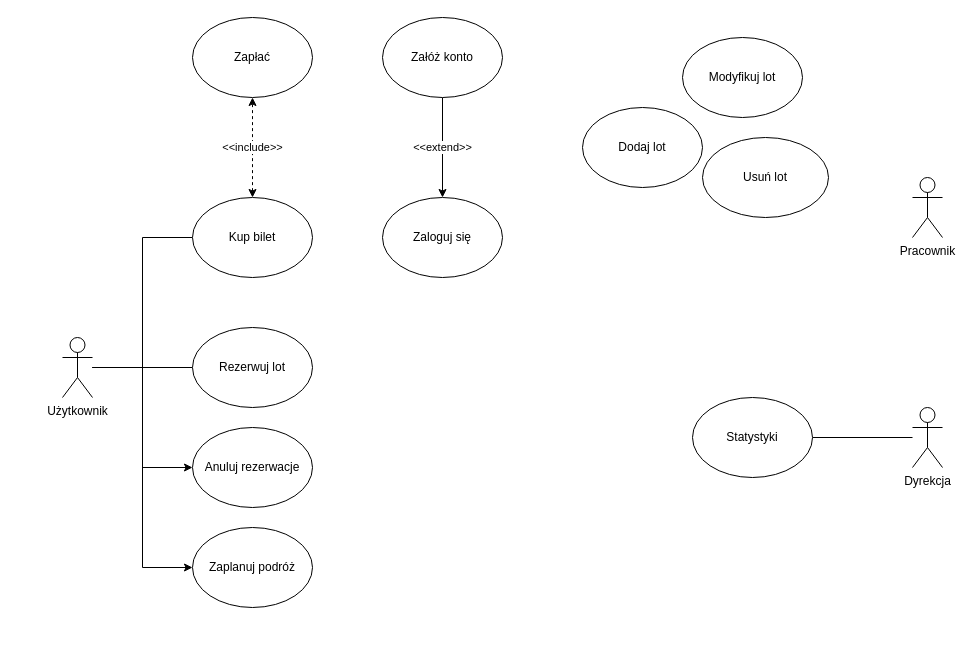
Earlier version of the draw.io diagram diagram_uzycia.drawio (MichjuX/UML_Diagrams). Source tidied: cells renumbered, new cells numbered last; positions are measured from the earlier drawing's top-left corner, leaving out a move shared by most shapes. Both pictures are drawn from the tidied source at 100%, with x=0, y=0 at pixel (62, 17).
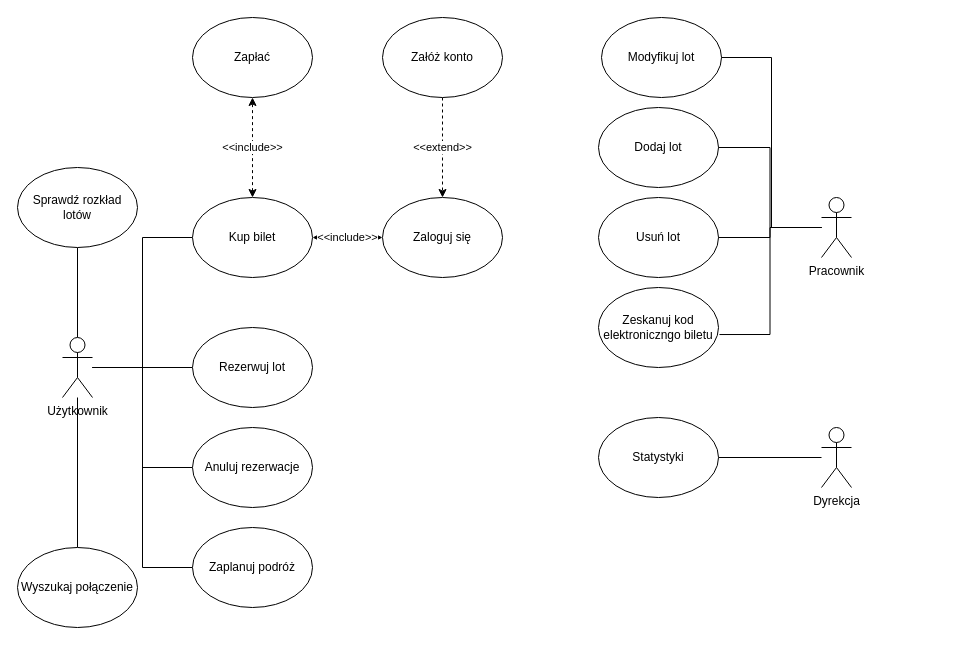
Above is the later version.

The change refers to these unchanged cells:
```xml
<mxCell id="8" value="Użytkownik" style="shape=umlActor;verticalLabelPosition=bottom;verticalAlign=top;html=1;outlineConnect=0;" parent="1" vertex="1">
  <mxGeometry y="320" width="30" height="60" as="geometry" />
</mxCell>
<mxCell id="16" value="Anuluj rezerwacje" style="ellipse;whiteSpace=wrap;html=1;" parent="1" vertex="1">
  <mxGeometry x="130" y="410" width="120" height="80" as="geometry" />
</mxCell>
<mxCell id="18" value="Kup bilet" style="ellipse;whiteSpace=wrap;html=1;" parent="1" vertex="1">
  <mxGeometry x="130" y="180" width="120" height="80" as="geometry" />
</mxCell>
<mxCell id="20" value="Zaplanuj podróż" style="ellipse;whiteSpace=wrap;html=1;" parent="1" vertex="1">
  <mxGeometry x="130" y="510" width="120" height="80" as="geometry" />
</mxCell>
<mxCell id="21" value="Zaloguj się" style="ellipse;whiteSpace=wrap;html=1;direction=west;" parent="1" vertex="1">
  <mxGeometry x="320" y="180" width="120" height="80" as="geometry" />
</mxCell>
<mxCell id="23" value="Załóż konto" style="ellipse;whiteSpace=wrap;html=1;" parent="1" vertex="1">
  <mxGeometry x="320" width="120" height="80" as="geometry" />
</mxCell>
```

The edit, as a diff of the source:
```diff
@@
     <mxCell id="2" value="Dodaj lot" style="ellipse;whiteSpace=wrap;html=1;" parent="1" vertex="1">
-      <mxGeometry x="520" y="90" width="120" height="80" as="geometry" />
+      <mxGeometry x="536" y="90" width="120" height="80" as="geometry" />
     </mxCell>
@@
-    <mxCell id="6" style="edgeStyle=orthogonalEdgeStyle;rounded=0;jettySize=auto;html=1;entryX=0;entryY=0.5;entryDx=0;entryDy=0;" parent="1" edge="1" source="8" target="16">
+    <mxCell id="6" style="edgeStyle=orthogonalEdgeStyle;rounded=0;jettySize=auto;html=1;entryX=0;entryY=0.5;entryDx=0;entryDy=0;endArrow=none;endFill=0;" parent="1" edge="1" source="8" target="16">
       <mxGeometry relative="1" as="geometry" />
     </mxCell>
-    <mxCell id="7" style="edgeStyle=orthogonalEdgeStyle;rounded=0;jettySize=auto;html=1;entryX=0;entryY=0.5;entryDx=0;entryDy=0;" parent="1" edge="1" source="8" target="20">
+    <mxCell id="7" style="edgeStyle=orthogonalEdgeStyle;rounded=0;jettySize=auto;html=1;entryX=0;entryY=0.5;entryDx=0;entryDy=0;endArrow=none;endFill=0;" parent="1" edge="1" source="8" target="20">
       <mxGeometry relative="1" as="geometry" />
     </mxCell>
+    <mxCell id="24" style="edgeStyle=orthogonalEdgeStyle;rounded=0;jettySize=auto;html=1;entryX=0.5;entryY=0;entryDx=0;entryDy=0;endArrow=none;endFill=0;" parent="1" edge="1" source="8" target="30">
+      <mxGeometry relative="1" as="geometry" />
+    </mxCell>
+    <mxCell id="25" style="edgeStyle=orthogonalEdgeStyle;rounded=0;jettySize=auto;html=1;endArrow=none;endFill=0;" parent="1" edge="1" source="8" target="31">
+      <mxGeometry relative="1" as="geometry" />
+    </mxCell>
@@
     <mxCell id="9" value="Dyrekcja" style="shape=umlActor;verticalLabelPosition=bottom;verticalAlign=top;html=1;outlineConnect=0;" parent="1" vertex="1">
-      <mxGeometry x="850" y="390" width="30" height="60" as="geometry" />
+      <mxGeometry x="759" y="410" width="30" height="60" as="geometry" />
     </mxCell>
@@
     <mxCell id="11" value="Statystyki" style="ellipse;whiteSpace=wrap;html=1;" parent="1" vertex="1">
-      <mxGeometry x="630" y="380" width="120" height="80" as="geometry" />
+      <mxGeometry x="536" y="400" width="120" height="80" as="geometry" />
     </mxCell>
     <mxCell id="12" value="Usuń lot" style="ellipse;whiteSpace=wrap;html=1;" parent="1" vertex="1">
-      <mxGeometry x="640" y="120" width="126" height="80" as="geometry" />
+      <mxGeometry x="536" y="180" width="120" height="80" as="geometry" />
     </mxCell>
     <mxCell id="13" value="Modyfikuj lot" style="ellipse;whiteSpace=wrap;html=1;" parent="1" vertex="1">
-      <mxGeometry x="620" y="20" width="120" height="80" as="geometry" />
+      <mxGeometry x="539" width="120" height="80" as="geometry" />
     </mxCell>
+    <mxCell id="26" style="edgeStyle=orthogonalEdgeStyle;rounded=0;jettySize=auto;html=1;entryX=1;entryY=0.5;entryDx=0;entryDy=0;endArrow=none;endFill=0;" parent="1" edge="1" source="14" target="13">
+      <mxGeometry relative="1" as="geometry" />
+    </mxCell>
+    <mxCell id="27" style="edgeStyle=orthogonalEdgeStyle;rounded=0;jettySize=auto;html=1;entryX=1;entryY=0.5;entryDx=0;entryDy=0;endArrow=none;endFill=0;" parent="1" edge="1" source="14" target="2">
+      <mxGeometry relative="1" as="geometry" />
+    </mxCell>
+    <mxCell id="28" style="edgeStyle=orthogonalEdgeStyle;rounded=0;jettySize=auto;html=1;entryX=1;entryY=0.5;entryDx=0;entryDy=0;endArrow=none;endFill=0;" parent="1" edge="1" source="14" target="12">
+      <mxGeometry relative="1" as="geometry" />
+    </mxCell>
     <mxCell id="14" value="Pracownik" style="shape=umlActor;verticalLabelPosition=bottom;verticalAlign=top;html=1;outlineConnect=0;" parent="1" vertex="1">
-      <mxGeometry x="850" y="160" width="30" height="60" as="geometry" />
+      <mxGeometry x="759" y="180" width="30" height="60" as="geometry" />
     </mxCell>
@@
+    <mxCell id="29" value="&amp;lt;&amp;lt;include&amp;gt;&amp;gt;" style="edgeStyle=orthogonalEdgeStyle;rounded=0;jettySize=auto;html=1;startArrow=classic;startFill=1;dashed=1;" parent="1" edge="1" source="18" target="21">
+      <mxGeometry relative="1" as="geometry" />
+    </mxCell>
@@
-    <mxCell id="22" value="&amp;lt;&amp;lt;extend&amp;gt;&amp;gt;" style="edgeStyle=orthogonalEdgeStyle;rounded=0;jettySize=auto;html=1;" parent="1" edge="1" source="23" target="21">
+    <mxCell id="22" value="&amp;lt;&amp;lt;extend&amp;gt;&amp;gt;" style="edgeStyle=orthogonalEdgeStyle;rounded=0;jettySize=auto;html=1;dashed=1;" parent="1" edge="1" source="23" target="21">
       <mxGeometry relative="1" as="geometry" />
     </mxCell>
@@
+    <mxCell id="30" value="Wyszukaj połączenie" style="ellipse;whiteSpace=wrap;html=1;" parent="1" vertex="1">
+      <mxGeometry x="-45" y="530" width="120" height="80" as="geometry" />
+    </mxCell>
+    <mxCell id="31" value="Sprawdź rozkład lotów" style="ellipse;whiteSpace=wrap;html=1;" parent="1" vertex="1">
+      <mxGeometry x="-45" y="150" width="120" height="80" as="geometry" />
+    </mxCell>
+    <mxCell id="32" value="Zeskanuj kod elektroniczngo biletu" style="ellipse;whiteSpace=wrap;html=1;" parent="1" vertex="1">
+      <mxGeometry x="536" y="270" width="120" height="80" as="geometry" />
+    </mxCell>
+    <mxCell id="33" style="edgeStyle=orthogonalEdgeStyle;rounded=0;jettySize=auto;html=1;entryX=1.008;entryY=0.588;entryDx=0;entryDy=0;entryPerimeter=0;endArrow=none;endFill=0;" parent="1" edge="1" source="14" target="32">
+      <mxGeometry relative="1" as="geometry" />
+    </mxCell>
```
